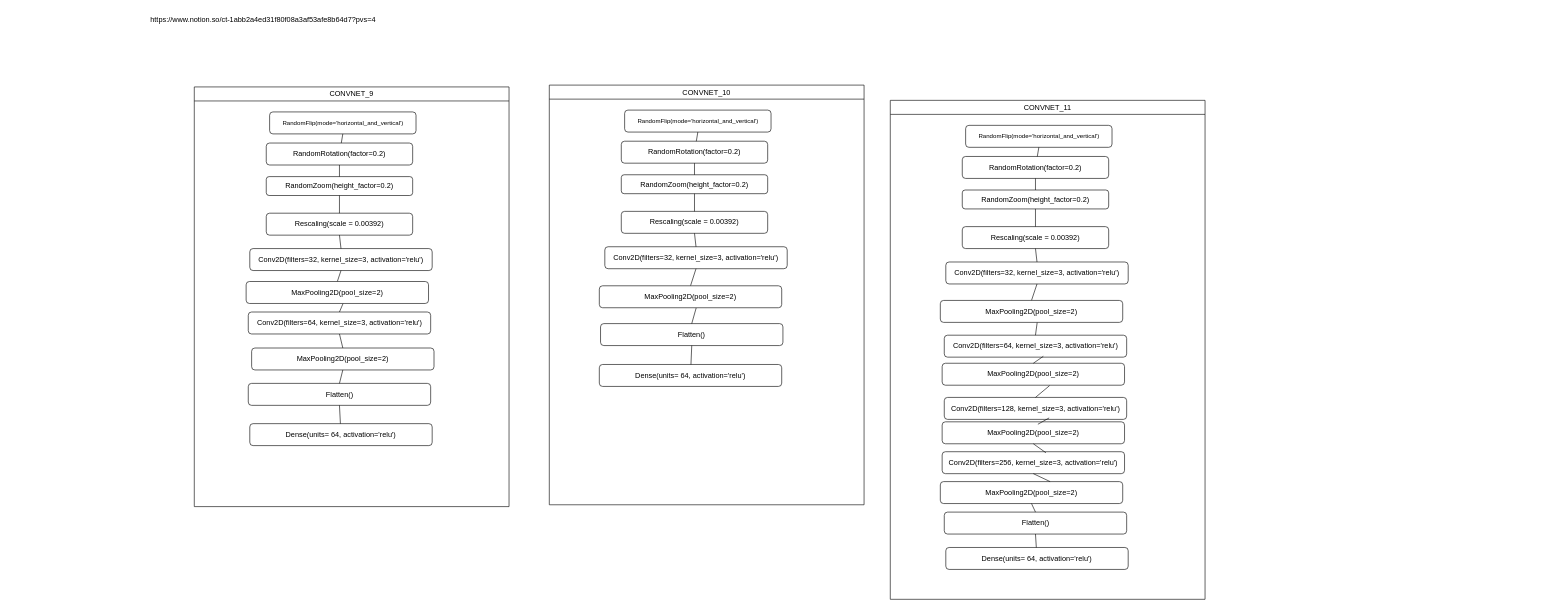
This is bai_lam.drawio from zalexdevon/plant_disease_classifier_new, a draw.io file, before an edit. Source tidied: cells renumbered, new cells numbered last; positions are measured from the earlier drawing's top-left corner, leaving out a move shared by most shapes. Both pictures are drawn from the tidied source at 61%, with x=0, y=0 at pixel (10, 10).
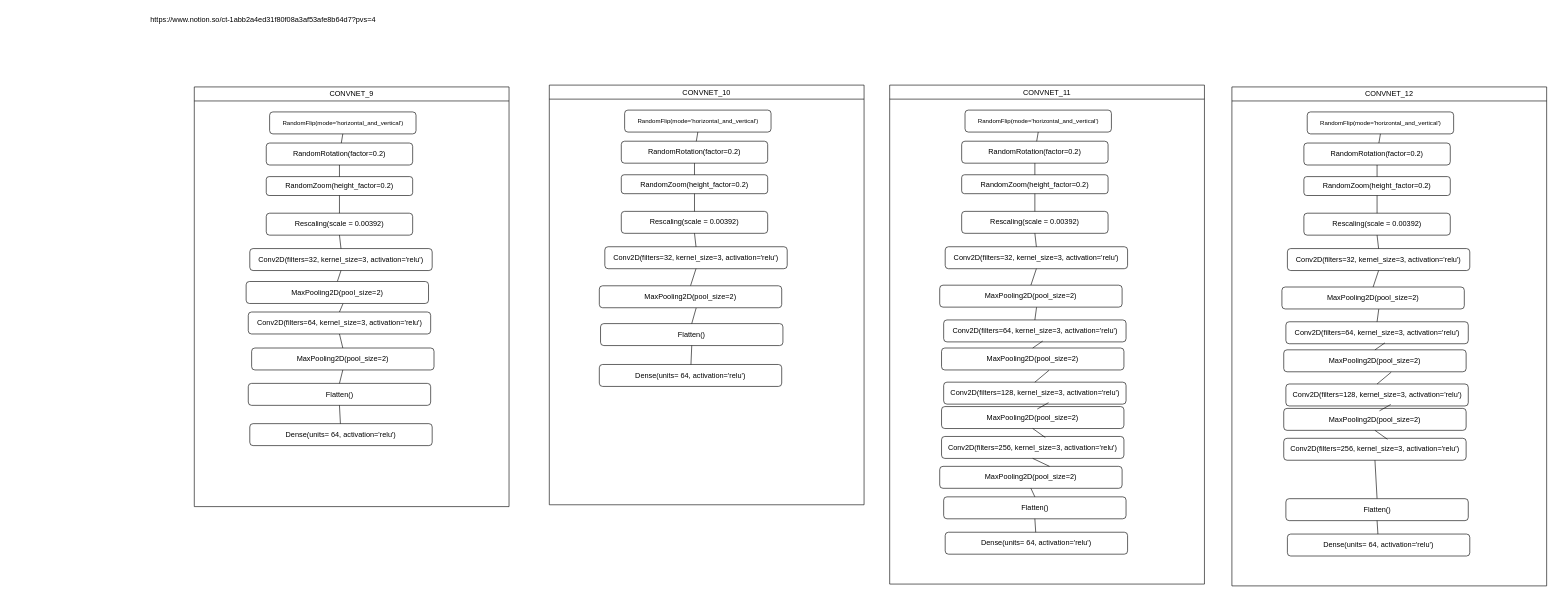
Above is the later version.

What changed in the source:
```diff
@@
     <mxCell id="39" value="&lt;span style=&quot;font-weight: normal;&quot;&gt;CONVNET_11&lt;/span&gt;" style="swimlane;whiteSpace=wrap;html=1;startSize=23;" parent="1" vertex="1">
-      <mxGeometry x="1442" y="147" width="516" height="818" as="geometry" />
+      <mxGeometry x="1441" y="122" width="516" height="818" as="geometry" />
     </mxCell>
@@
+    <mxCell id="67" value="&lt;span style=&quot;font-weight: normal;&quot;&gt;CONVNET_12&lt;/span&gt;" style="swimlane;whiteSpace=wrap;html=1;startSize=23;" parent="1" vertex="1">
+      <mxGeometry x="2002" y="125" width="516" height="818" as="geometry" />
+    </mxCell>
+    <mxCell id="68" value="&lt;font style=&quot;font-size: 10px;&quot;&gt;RandomFlip(mode='horizontal_and_vertical')&lt;/font&gt;" style="rounded=1;whiteSpace=wrap;html=1;" parent="67" vertex="1">
+      <mxGeometry x="123.5" y="41" width="240" height="36" as="geometry" />
+    </mxCell>
+    <mxCell id="69" value="RandomRotation(factor=0.2)" style="rounded=1;whiteSpace=wrap;html=1;" parent="67" vertex="1">
+      <mxGeometry x="118" y="92" width="240" height="36" as="geometry" />
+    </mxCell>
+    <mxCell id="70" value="RandomZoom(height_factor=0.2)" style="rounded=1;whiteSpace=wrap;html=1;" parent="67" vertex="1">
+      <mxGeometry x="118" y="147" width="240" height="31" as="geometry" />
+    </mxCell>
+    <mxCell id="71" value="Rescaling(scale = 0.00392)" style="rounded=1;whiteSpace=wrap;html=1;" parent="67" vertex="1">
+      <mxGeometry x="118" y="207" width="240" height="36" as="geometry" />
+    </mxCell>
+    <mxCell id="72" value="Conv2D(filters=32, kernel_size=3, activation='relu')" style="rounded=1;whiteSpace=wrap;html=1;" parent="67" vertex="1">
+      <mxGeometry x="91" y="265" width="299" height="36" as="geometry" />
+    </mxCell>
+    <mxCell id="73" style="endArrow=none;html=1;rounded=0;entryX=0.5;entryY=1;entryDx=0;entryDy=0;" parent="67" edge="1" source="69" target="68">
+      <mxGeometry relative="1" as="geometry" />
+    </mxCell>
+    <mxCell id="74" style="endArrow=none;html=1;rounded=0;entryX=0.5;entryY=1;entryDx=0;entryDy=0;exitX=0.5;exitY=0;exitDx=0;exitDy=0;" parent="67" edge="1" source="70" target="69">
+      <mxGeometry relative="1" as="geometry" />
+    </mxCell>
+    <mxCell id="75" style="endArrow=none;html=1;rounded=0;entryX=0.5;entryY=0;entryDx=0;entryDy=0;exitX=0.5;exitY=1;exitDx=0;exitDy=0;" parent="67" edge="1" source="71" target="72">
+      <mxGeometry relative="1" as="geometry" />
+    </mxCell>
+    <mxCell id="76" style="endArrow=none;html=1;rounded=0;entryX=0.5;entryY=1;entryDx=0;entryDy=0;exitX=0.5;exitY=0;exitDx=0;exitDy=0;" parent="67" edge="1" source="71" target="70">
+      <mxGeometry relative="1" as="geometry" />
+    </mxCell>
+    <mxCell id="77" style="endArrow=none;html=1;rounded=0;entryX=0.5;entryY=1;entryDx=0;entryDy=0;exitX=0.5;exitY=0;exitDx=0;exitDy=0;" parent="67" edge="1" source="78" target="72">
+      <mxGeometry relative="1" as="geometry" />
+    </mxCell>
+    <mxCell id="78" value="MaxPooling2D(pool_size=2)" style="rounded=1;whiteSpace=wrap;html=1;" parent="67" vertex="1">
+      <mxGeometry x="82" y="328" width="299" height="36" as="geometry" />
+    </mxCell>
+    <mxCell id="79" value="Conv2D(filters=64, kernel_size=3, activation='relu')" style="rounded=1;whiteSpace=wrap;html=1;" parent="67" vertex="1">
+      <mxGeometry x="88.5" y="385" width="299" height="36" as="geometry" />
+    </mxCell>
+    <mxCell id="80" value="MaxPooling2D(pool_size=2)" style="rounded=1;whiteSpace=wrap;html=1;" parent="67" vertex="1">
+      <mxGeometry x="85" y="431" width="299" height="36" as="geometry" />
+    </mxCell>
+    <mxCell id="81" value="Conv2D(filters=128, kernel_size=3, activation='relu')" style="rounded=1;whiteSpace=wrap;html=1;" parent="67" vertex="1">
+      <mxGeometry x="88.5" y="487" width="299" height="36" as="geometry" />
+    </mxCell>
+    <mxCell id="82" value="MaxPooling2D(pool_size=2)" style="rounded=1;whiteSpace=wrap;html=1;" parent="67" vertex="1">
+      <mxGeometry x="85" y="527" width="299" height="36" as="geometry" />
+    </mxCell>
+    <mxCell id="83" value="Conv2D(filters=256, kernel_size=3, activation='relu')" style="rounded=1;whiteSpace=wrap;html=1;" parent="67" vertex="1">
+      <mxGeometry x="85" y="576" width="299" height="36" as="geometry" />
+    </mxCell>
+    <mxCell id="84" style="endArrow=none;html=1;rounded=0;entryX=0.531;entryY=1.009;entryDx=0;entryDy=0;exitX=0.5;exitY=0;exitDx=0;exitDy=0;entryPerimeter=0;" parent="67" edge="1" source="79" target="78">
+      <mxGeometry relative="1" as="geometry" />
+    </mxCell>
+    <mxCell id="85" style="endArrow=none;html=1;rounded=0;entryX=0.543;entryY=0.962;entryDx=0;entryDy=0;exitX=0.5;exitY=0;exitDx=0;exitDy=0;entryPerimeter=0;" parent="67" edge="1" source="80" target="79">
+      <mxGeometry relative="1" as="geometry" />
+    </mxCell>
+    <mxCell id="86" style="endArrow=none;html=1;rounded=0;entryX=0.589;entryY=1.019;entryDx=0;entryDy=0;exitX=0.5;exitY=0;exitDx=0;exitDy=0;entryPerimeter=0;" parent="67" edge="1" source="81" target="80">
+      <mxGeometry relative="1" as="geometry" />
+    </mxCell>
+    <mxCell id="87" style="endArrow=none;html=1;rounded=0;entryX=0.575;entryY=0.934;entryDx=0;entryDy=0;exitX=0.525;exitY=0.111;exitDx=0;exitDy=0;entryPerimeter=0;exitPerimeter=0;" parent="67" edge="1" source="82" target="81">
+      <mxGeometry relative="1" as="geometry" />
+    </mxCell>
+    <mxCell id="88" style="endArrow=none;html=1;rounded=0;entryX=0.569;entryY=0.048;entryDx=0;entryDy=0;exitX=0.5;exitY=1;exitDx=0;exitDy=0;entryPerimeter=0;" parent="67" edge="1" source="82" target="83">
+      <mxGeometry relative="1" as="geometry" />
+    </mxCell>
+    <mxCell id="89" style="endArrow=none;html=1;rounded=0;exitX=0.5;exitY=1;exitDx=0;exitDy=0;entryX=0.5;entryY=0;entryDx=0;entryDy=0;" parent="67" edge="1" source="83" target="90">
+      <mxGeometry relative="1" as="geometry" />
+    </mxCell>
+    <mxCell id="90" value="Flatten()" style="rounded=1;whiteSpace=wrap;html=1;" parent="67" vertex="1">
+      <mxGeometry x="88.5" y="675" width="299" height="36" as="geometry" />
+    </mxCell>
+    <mxCell id="91" value="Dense(units=  64, activation='relu')" style="rounded=1;whiteSpace=wrap;html=1;" parent="67" vertex="1">
+      <mxGeometry x="91" y="733" width="299" height="36" as="geometry" />
+    </mxCell>
+    <mxCell id="92" style="endArrow=none;html=1;rounded=0;entryX=0.5;entryY=1;entryDx=0;entryDy=0;" parent="67" edge="1" source="91" target="90">
+      <mxGeometry relative="1" as="geometry" />
+    </mxCell>
```
